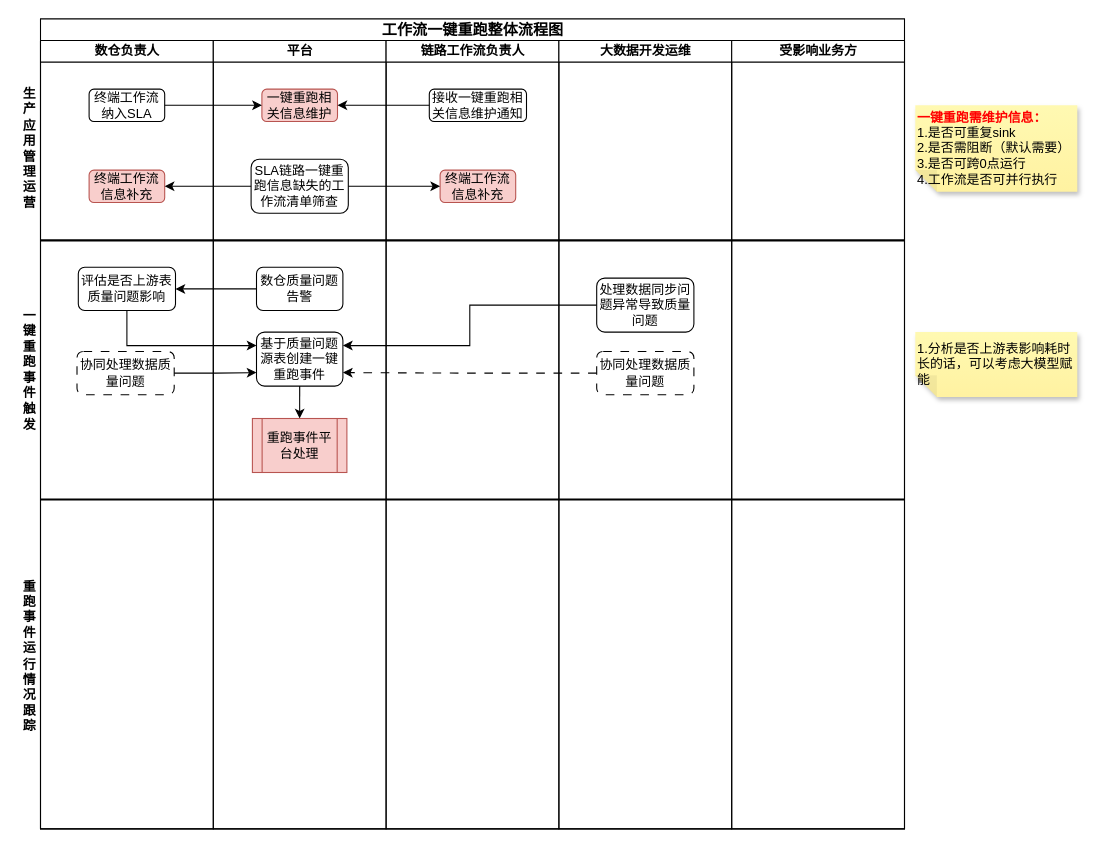
Before: page "整体流程图" (1 of 2) of biz_flow/大数据平台工作流一键重跑设计.drawio in hlld3344/diagrams, a draw.io diagram. Source tidied: cells renumbered, new cells numbered last; positions are measured from the earlier drawing's top-left corner, leaving out a move shared by most shapes. Both pictures are drawn from the tidied source at 108%, with x=0, y=0 at pixel (18, 18).
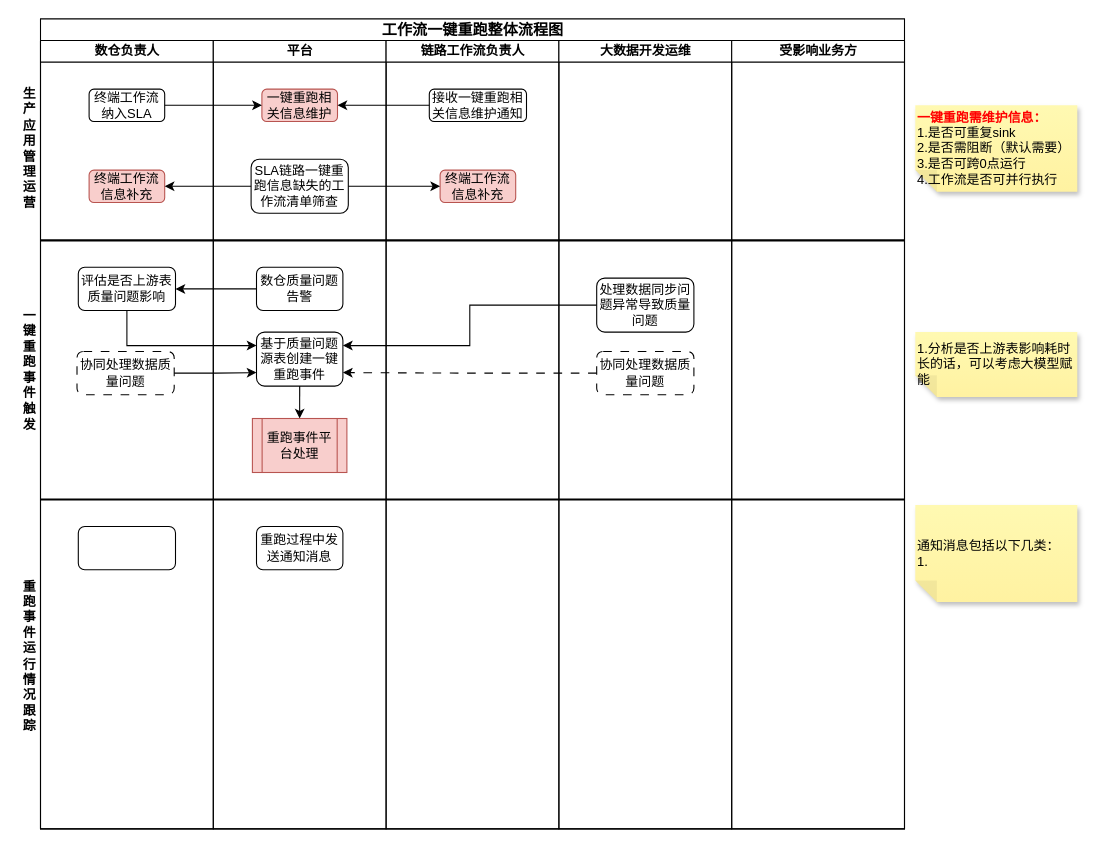
The same page after the edit.

Commit message:
更新大数据平台工作流一键重跑设计.drawio

Unchanged cells that the change refers to:
```xml
<mxCell id="3" value="数仓负责人" style="swimlane;html=1;startSize=20;" parent="2" vertex="1">
  <mxGeometry y="20" width="160" height="730" as="geometry" />
</mxCell>
<mxCell id="9" value="平台" style="swimlane;html=1;startSize=20;" parent="2" vertex="1">
  <mxGeometry x="160" y="20" width="160" height="730" as="geometry" />
</mxCell>
```

Change to the diagram source:
```diff
@@
+    <mxCell id="38" style="rounded=1;whiteSpace=wrap;html=1;" parent="3" vertex="1">
+      <mxGeometry x="35" y="450" width="90" height="40" as="geometry" />
+    </mxCell>
@@
+    <mxCell id="39" value="重跑过程中发送通知消息" style="rounded=1;whiteSpace=wrap;html=1;" parent="9" vertex="1">
+      <mxGeometry x="40" y="450" width="80" height="40" as="geometry" />
+    </mxCell>
@@
+    <mxCell id="40" value="&lt;div&gt;&lt;span style=&quot;background-color: transparent; color: light-dark(rgb(0, 0, 0), rgb(237, 237, 237));&quot;&gt;通知消息包括以下几类：&lt;/span&gt;&lt;/div&gt;&lt;div&gt;&lt;span style=&quot;background-color: transparent; color: light-dark(rgb(0, 0, 0), rgb(237, 237, 237));&quot;&gt;1.&lt;/span&gt;&lt;/div&gt;" style="shape=note;whiteSpace=wrap;html=1;backgroundOutline=1;fontColor=#000000;darkOpacity=0.05;fillColor=#FFF9B2;strokeColor=none;fillStyle=solid;direction=west;gradientDirection=north;gradientColor=#FFF2A1;shadow=1;size=20;align=left;" parent="1" vertex="1">
+      <mxGeometry x="830" y="450" width="150" height="90" as="geometry" />
+    </mxCell>
```
